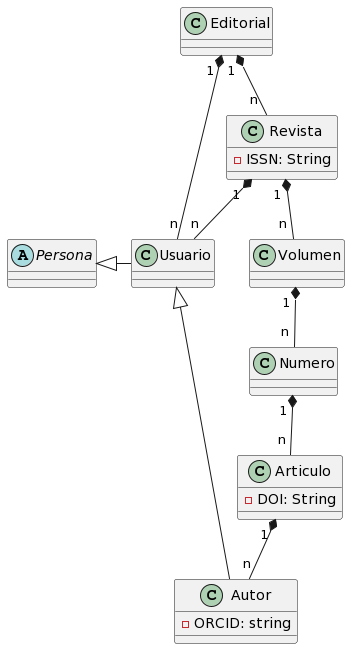
Above: 000-entregas/Grupo4/modeloDelDominio/modeloDelDominio.png in mmasias/IdSw1-22-23 (PlantUML), before the change.
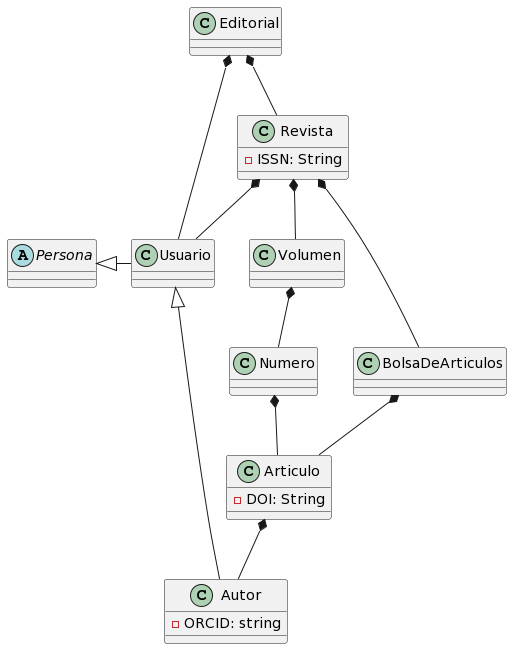
After the change.

Commit message:
Modelo del dominio actualizado

The edit, as a diff of the source:
```diff
@@ -2,6 +2,7 @@
 class Editorial
 class Volumen
 class Numero
+class BolsaDeArticulos
 abstract class Persona
 class Usuario
 
@@ -16,14 +17,17 @@
     -ORCID: string
 }
 
+
+
 Usuario -l-|> Persona
+Revista *-- BolsaDeArticulos
+BolsaDeArticulos *-- Articulo
+Editorial  *--   Revista
+Revista  *--  Volumen
+Volumen  *--  Numero
+Numero  *--  Articulo
+Articulo  *--  Autor
+Revista *--  Usuario
 
-Editorial "1 " *--  "n " Revista
-Revista "1 " *-- "n " Volumen
-Volumen "1 " *-- "n " Numero
-Numero "1 " *-- "n " Articulo
-Articulo "1 " *--  " n" Autor
-Revista"1 " *--  " n" Usuario
-
-Editorial "1 " *--  " n" Usuario
+Editorial  *--  Usuario
 @enduml
```
